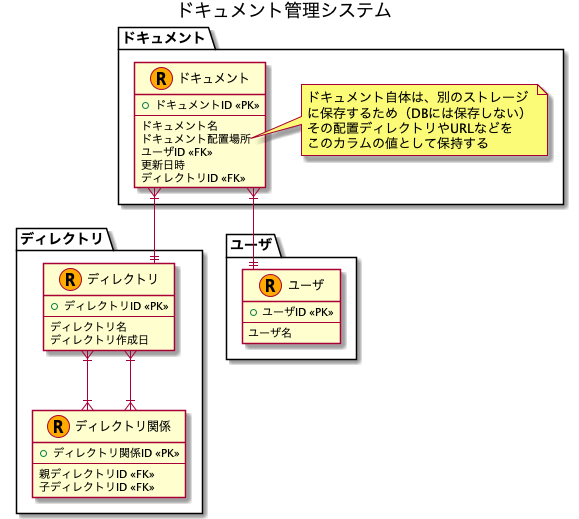
The PlantUML diagram assets/ドキュメント管理システム.png in kamimi01/praha_challenge_tasks, before a commit.
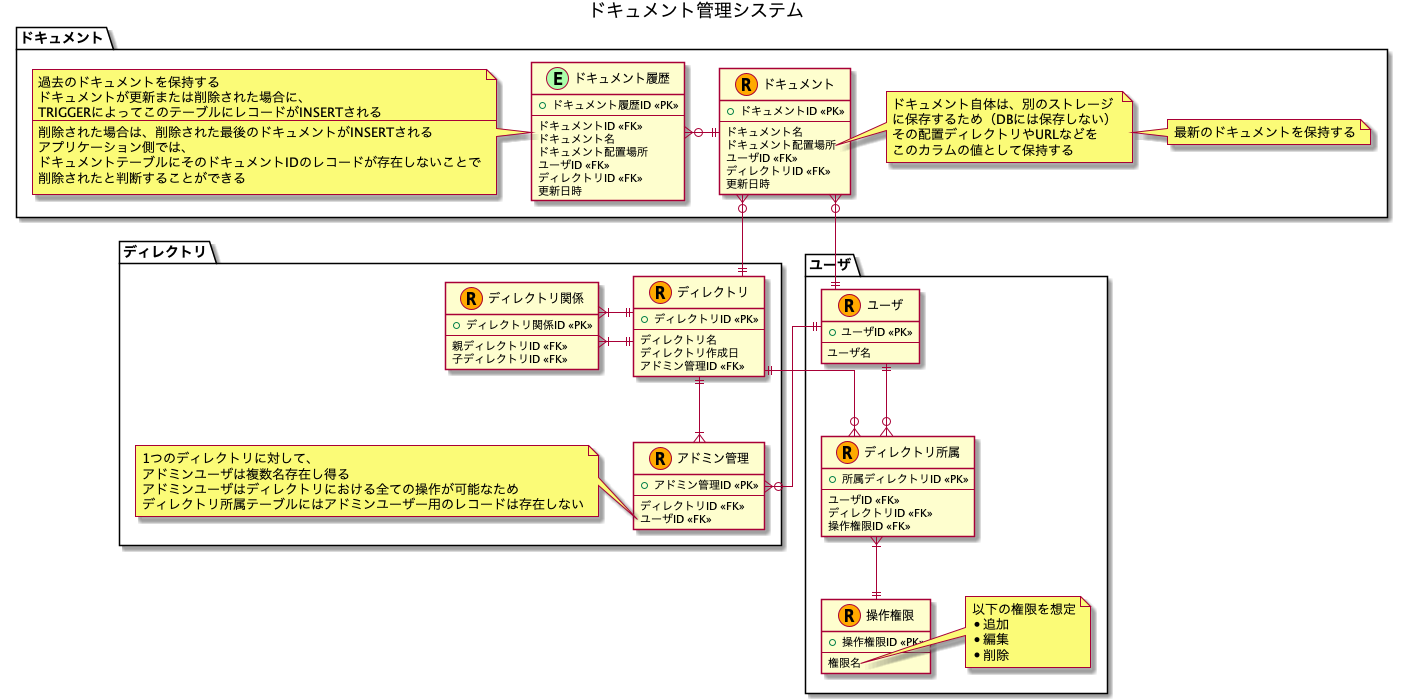
After the commit.

Diff of the diagram source:
```diff
@@ -15,8 +15,8 @@
     ドキュメント名
     ドキュメント配置場所
     ユーザID <<FK>>
+    ディレクトリID <<FK>>
     更新日時
-    ディレクトリID <<FK>>
   }
 
   note right of document::ドキュメント配置場所
@@ -24,6 +24,32 @@
     に保存するため（DBには保存しない）
     その配置ディレクトリやURLなどを
     このカラムの値として保持する
+  end note
+
+  note right
+    最新のドキュメントを保持する
+  end note
+
+  entity "ドキュメント履歴" as document_history <<E, EVENT_MARK_COLOR>> {
+    + ドキュメント履歴ID <<PK>>
+    ---
+    ドキュメントID <<FK>>
+    ドキュメント名
+    ドキュメント配置場所
+    ユーザID <<FK>>
+    ディレクトリID <<FK>>
+    更新日時
+  }
+
+  note left
+    過去のドキュメントを保持する
+    ドキュメントが更新または削除された場合に、
+    TRIGGERによってこのテーブルにレコードがINSERTされる
+    ---
+    削除された場合は、削除された最後のドキュメントがINSERTされる
+    アプリケーション側では、
+    ドキュメントテーブルにそのドキュメントIDのレコードが存在しないことで
+    削除されたと判断することができる
   end note
 }
 
@@ -33,7 +59,22 @@
     ---
     ディレクトリ名
     ディレクトリ作成日
+    アドミン管理ID <<FK>>
   }
+
+  entity "アドミン管理" as admin_management <<R, RESOURCE_MARK_COLOR>> {
+    + アドミン管理ID <<PK>>
+    ---
+    ディレクトリID <<FK>>
+    ユーザID <<FK>>
+  }
+
+  note left of admin_management::ユーザID
+    1つのディレクトリに対して、
+    アドミンユーザは複数名存在し得る
+    アドミンユーザはディレクトリにおける全ての操作が可能なため
+    ディレクトリ所属テーブルにはアドミンユーザー用のレコードは存在しない
+  end note
 
   entity "ディレクトリ関係" as directory_relation <<R, RESOURCE_MARK_COLOR>> {
     + ディレクトリ関係ID <<PK>>
@@ -49,11 +90,38 @@
     ---
     ユーザ名
   }
+
+  entity "ディレクトリ所属" as user_belongings <<R, RESOURCE_MARK_COLOR>> {
+    + 所属ディレクトリID <<PK>>
+    ---
+    ユーザID <<FK>>
+    ディレクトリID <<FK>>
+    操作権限ID <<FK>>
+  }
+
+  entity "操作権限" as priviledge <<R, RESOURCE_MARK_COLOR>> {
+    + 操作権限ID <<PK>>
+    ---
+    権限名
+  }
+
+  note right of priviledge::権限名
+    以下の権限を想定
+    * 追加
+    * 編集
+    * 削除
+  end note
 }
 
-document }|--|| directory
-document }|--|| user
-directory }|--|{ directory_relation
-directory }|--|{ directory_relation
+document }o--|| directory
+document }o--|| user
+directory ||-l-|{ directory_relation
+directory ||-l-|{ directory_relation
+document ||-l-o{ document_history
+user ||--o{ user_belongings
+user_belongings }|--|| priviledge
+directory ||--|{ admin_management
+user ||--o{ admin_management
+directory ||--o{ user_belongings
 
 @enduml
```
